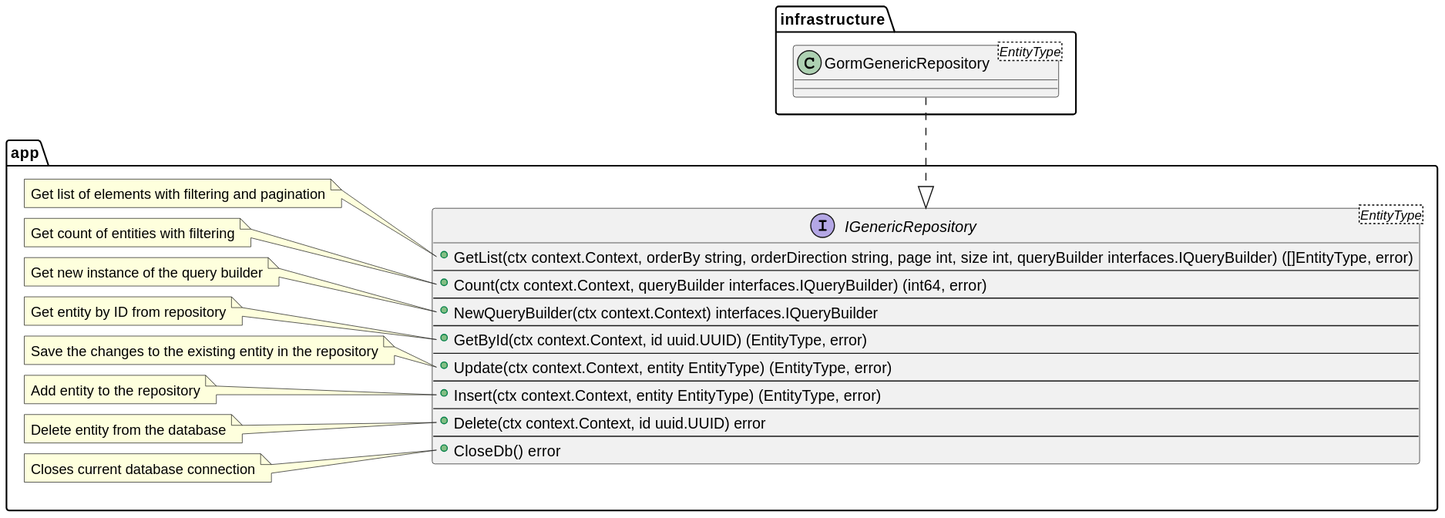
The PlantUML diagram docs/plantuml/repositories/GormGenericRepository.svg in lf-edge/rol, before a commit.
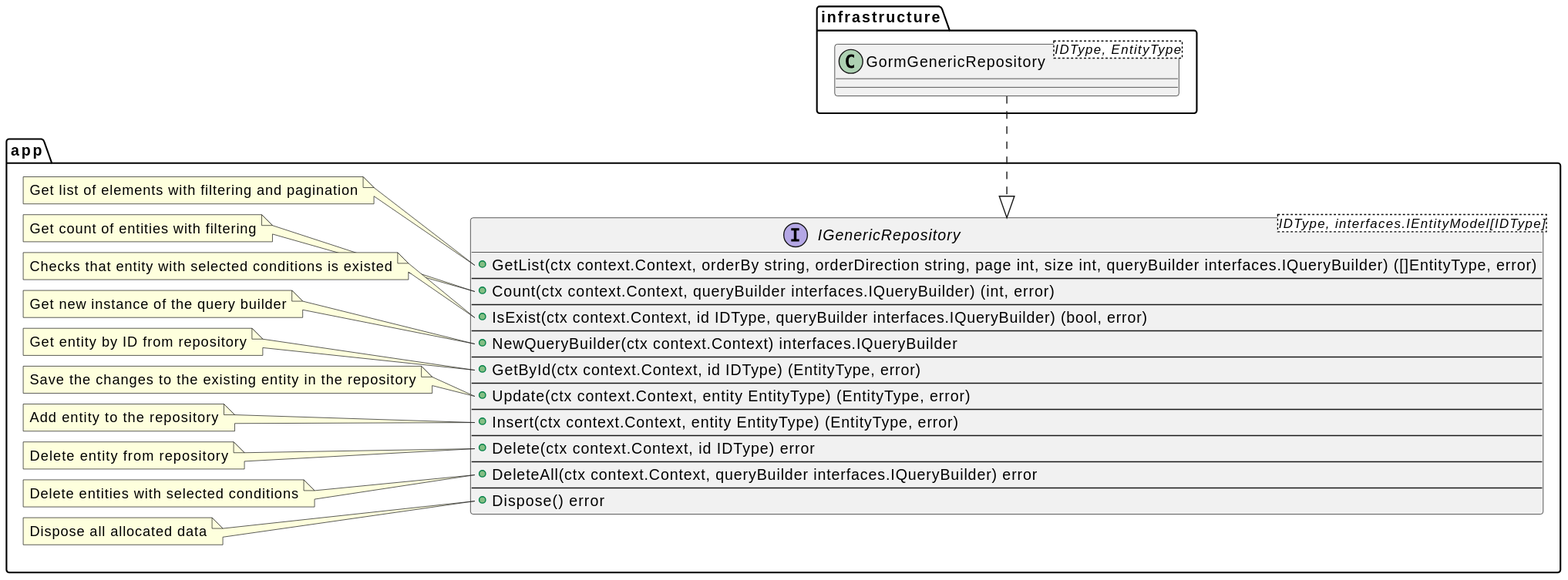
Later version of the same file.

What changed in the source:
```diff
@@ -3,7 +3,7 @@
 !include ../interfaces/IGenericRepository.puml
 
 package infrastructure {
-    class GormGenericRepository<EntityType>
+    class GormGenericRepository<IDType, EntityType>
 
     GormGenericRepository .down.|> IGenericRepository
 }
```
